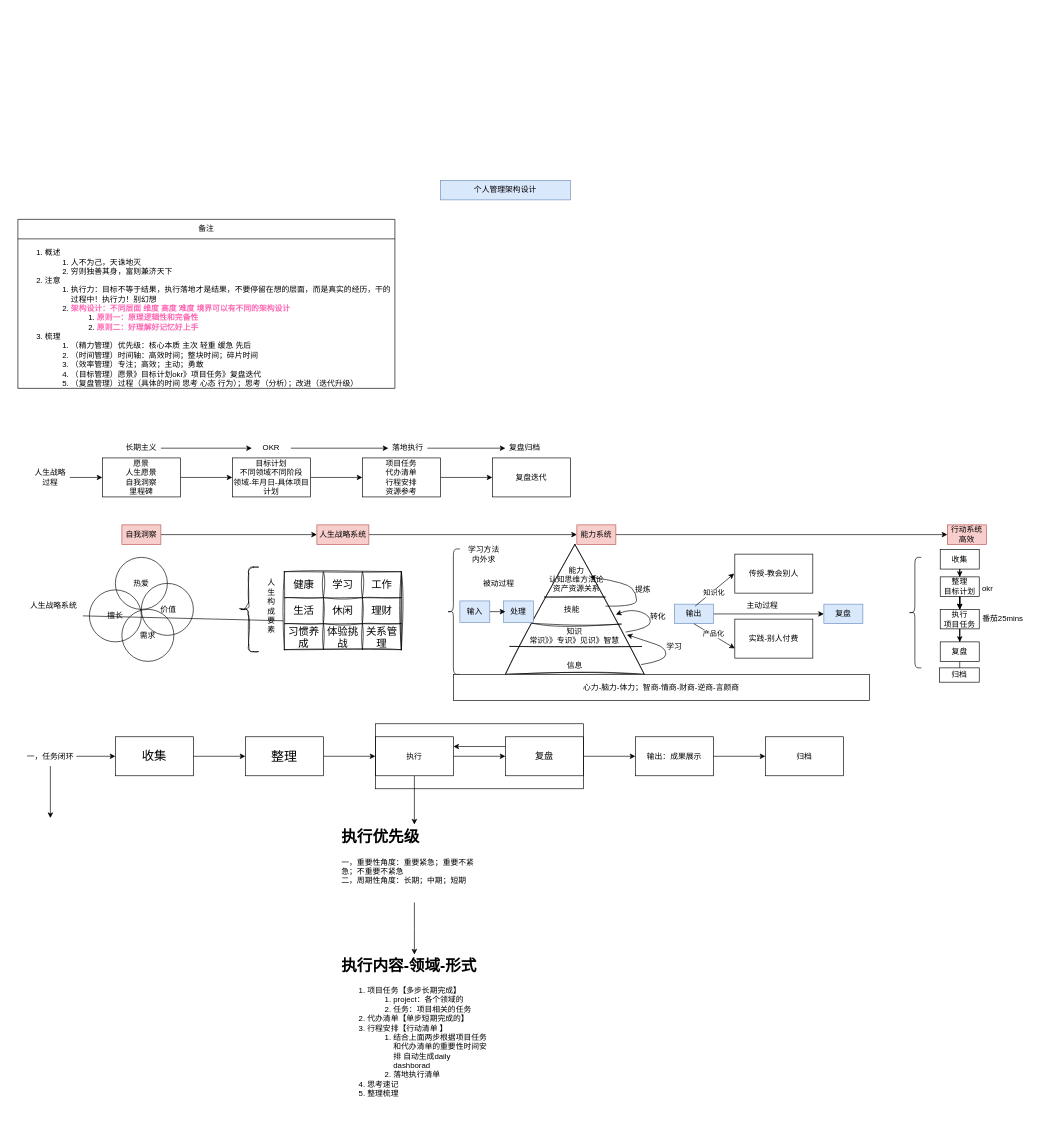
Before: 项目管理.drawio in RenJie666/ssss, a draw.io diagram. Source tidied: cells renumbered, new cells numbered last; positions are measured from the earlier drawing's top-left corner, leaving out a move shared by most shapes. Both pictures are drawn from the tidied source at 65%, with x=0, y=0 at pixel (18, 180).
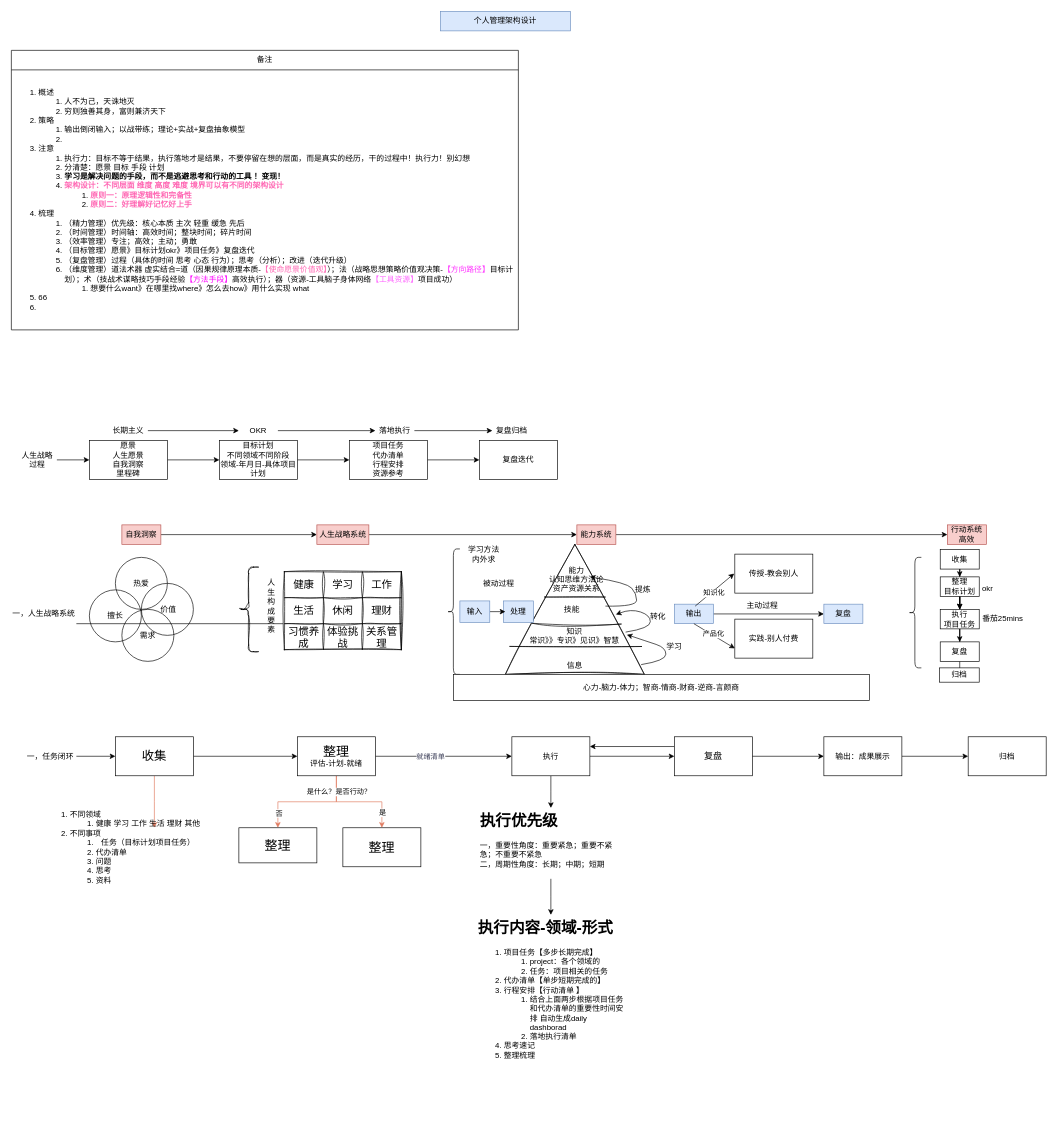
After the change.

Commit message (it also covers changes not shown here):
更新项目管理.drawio

Unchanged cells that the change refers to:
```xml
<mxCell id="5" value="一，任务闭环" style="text;html=1;strokeColor=none;fillColor=none;align=center;verticalAlign=middle;whiteSpace=wrap;rounded=0;" parent="1" vertex="1">
  <mxGeometry x="10" y="871" width="80" height="30" as="geometry" />
</mxCell>
<mxCell id="7" value="&lt;font style=&quot;font-size: 19px;&quot;&gt;收集&lt;/font&gt;" style="whiteSpace=wrap;html=1;" parent="1" vertex="1">
  <mxGeometry x="150" y="856" width="120" height="60" as="geometry" />
</mxCell>
<mxCell id="8" style="edgeStyle=orthogonalEdgeStyle;rounded=0;jettySize=auto;html=1;" parent="1" edge="1" source="9" target="12">
  <mxGeometry relative="1" as="geometry" />
</mxCell>
```

Diff of the diagram source:
```diff
@@
     <mxCell id="2" value="个人管理架构设计" style="text;html=1;strokeColor=#6c8ebf;fillColor=#dae8fc;align=center;verticalAlign=middle;whiteSpace=wrap;rounded=0;" parent="1" vertex="1">
-      <mxGeometry x="650" width="200" height="30" as="geometry" />
+      <mxGeometry x="650" y="-260" width="200" height="30" as="geometry" />
     </mxCell>
@@
-    <mxCell id="4" style="edgeStyle=orthogonalEdgeStyle;rounded=0;jettySize=auto;html=1;" parent="1" edge="1" source="5">
-      <mxGeometry relative="1" as="geometry">
-        <mxPoint x="50" y="981" as="targetPoint" />
-      </mxGeometry>
-    </mxCell>
@@
+    <mxCell id="119" style="edgeStyle=orthogonalEdgeStyle;rounded=0;jettySize=auto;html=1;strokeColor=#E07A5F;fontColor=#393C56;fillColor=#F2CC8F;" parent="1" edge="1" source="7">
+      <mxGeometry relative="1" as="geometry">
+        <mxPoint x="210" y="996" as="targetPoint" />
+      </mxGeometry>
+    </mxCell>
@@
+    <mxCell id="120" value="就绪清单" style="edgeLabel;html=1;align=center;verticalAlign=middle;fontColor=#393C56;" parent="8" vertex="1">
+      <mxGeometry x="-0.2" y="1" relative="1" as="geometry" />
+    </mxCell>
+    <mxCell id="121" style="edgeStyle=orthogonalEdgeStyle;rounded=0;jettySize=auto;html=1;strokeColor=#E07A5F;fontColor=#393C56;fillColor=#F2CC8F;" parent="1" edge="1" source="9" target="126">
+      <mxGeometry relative="1" as="geometry" />
+    </mxCell>
+    <mxCell id="122" value="否" style="edgeLabel;html=1;align=center;verticalAlign=middle;" parent="121" vertex="1">
+      <mxGeometry x="0.73" y="1" relative="1" as="geometry" />
+    </mxCell>
+    <mxCell id="123" style="edgeStyle=orthogonalEdgeStyle;rounded=0;jettySize=auto;html=1;exitX=0.5;exitY=1;exitDx=0;exitDy=0;strokeColor=#E07A5F;fontColor=#393C56;fillColor=#F2CC8F;" parent="1" edge="1" source="9" target="127">
+      <mxGeometry relative="1" as="geometry" />
+    </mxCell>
+    <mxCell id="124" value="是什么？是否行动？" style="edgeLabel;html=1;align=center;verticalAlign=middle;" parent="123" vertex="1">
+      <mxGeometry x="-0.68" y="3" relative="1" as="geometry" />
+    </mxCell>
+    <mxCell id="125" value="是" style="edgeLabel;html=1;align=center;verticalAlign=middle;" parent="123" vertex="1">
+      <mxGeometry x="0.57" y="2" relative="1" as="geometry">
+        <mxPoint x="-2" y="8" as="offset" />
+      </mxGeometry>
+    </mxCell>
-    <mxCell id="9" value="&lt;font style=&quot;font-size: 20px;&quot;&gt;整理&lt;/font&gt;" style="whiteSpace=wrap;html=1;" parent="1" vertex="1">
-      <mxGeometry x="350" y="856" width="120" height="60" as="geometry" />
+    <mxCell id="9" value="&lt;font style=&quot;&quot;&gt;&lt;span style=&quot;font-size: 20px;&quot;&gt;整理&lt;/span&gt;&lt;br&gt;&lt;font style=&quot;font-size: 12px;&quot;&gt;评估-计划-就绪&lt;/font&gt;&lt;br&gt;&lt;/font&gt;" style="whiteSpace=wrap;html=1;" parent="1" vertex="1">
+      <mxGeometry x="430" y="856" width="120" height="60" as="geometry" />
     </mxCell>
@@
     <mxCell id="12" value="执行" style="whiteSpace=wrap;html=1;" parent="1" vertex="1">
-      <mxGeometry x="550" y="856" width="120" height="60" as="geometry" />
+      <mxGeometry x="760" y="856" width="120" height="60" as="geometry" />
     </mxCell>
-    <mxCell id="13" style="edgeStyle=orthogonalEdgeStyle;rounded=0;jettySize=auto;html=1;" parent="1" edge="1" source="15" target="17">
-      <mxGeometry relative="1" as="geometry" />
+    <mxCell id="13" style="edgeStyle=orthogonalEdgeStyle;rounded=0;jettySize=auto;html=1;" parent="1" edge="1" target="17">
+      <mxGeometry relative="1" as="geometry">
+        <mxPoint x="1113" y="900" as="sourcePoint" />
+        <Array as="points">
+          <mxPoint x="1113" y="880" />
+          <mxPoint x="1120" y="880" />
+          <mxPoint x="1120" y="886" />
+        </Array>
+      </mxGeometry>
     </mxCell>
@@
     <mxCell id="15" value="&lt;font style=&quot;font-size: 14px;&quot;&gt;复盘&lt;/font&gt;" style="whiteSpace=wrap;html=1;" parent="1" vertex="1">
-      <mxGeometry x="750" y="856" width="120" height="60" as="geometry" />
+      <mxGeometry x="1010" y="856" width="120" height="60" as="geometry" />
     </mxCell>
@@
     <mxCell id="17" value="输出：成果展示" style="whiteSpace=wrap;html=1;" parent="1" vertex="1">
-      <mxGeometry x="950" y="856" width="120" height="60" as="geometry" />
+      <mxGeometry x="1240" y="856" width="120" height="60" as="geometry" />
     </mxCell>
-    <mxCell id="18" style="edgeStyle=orthogonalEdgeStyle;rounded=0;jettySize=auto;html=1;" parent="1" edge="1" source="19">
-      <mxGeometry relative="1" as="geometry">
-        <mxPoint x="610" y="1191" as="targetPoint" />
-      </mxGeometry>
+    <mxCell id="18" style="edgeStyle=orthogonalEdgeStyle;rounded=0;jettySize=auto;html=1;" parent="1" edge="1" source="19" target="20">
+      <mxGeometry relative="1" as="geometry" />
     </mxCell>
     <mxCell id="19" value="&lt;h1&gt;执行优先级&lt;/h1&gt;&lt;div&gt;一，重要性角度：重要紧急；重要不紧急；不重要不紧急&lt;/div&gt;&lt;div&gt;二，周期性角度：长期；中期；短期&lt;/div&gt;" style="text;html=1;strokeColor=none;fillColor=none;spacing=5;spacingTop=-20;whiteSpace=wrap;overflow=hidden;rounded=0;" parent="1" vertex="1">
-      <mxGeometry x="492.5" y="991" width="235" height="120" as="geometry" />
+      <mxGeometry x="706.2" y="965.5" width="227.5" height="109" as="geometry" />
     </mxCell>
     <mxCell id="20" value="&lt;h1&gt;执行内容-领域-形式&lt;/h1&gt;&lt;div&gt;&lt;ol&gt;&lt;li&gt;项目任务【多步长期完成】&lt;br&gt;&lt;/li&gt;&lt;ol&gt;&lt;li&gt;project：各个领域的&lt;br&gt;&lt;/li&gt;&lt;li&gt;任务：项目相关的任务&lt;/li&gt;&lt;/ol&gt;&lt;li&gt;&lt;span style=&quot;background-color: initial;&quot;&gt;代办清单【单步短期完成的】&lt;/span&gt;&lt;br&gt;&lt;/li&gt;&lt;li&gt;&lt;span style=&quot;background-color: initial;&quot;&gt;行程安排【行动清单 】&lt;/span&gt;&lt;/li&gt;&lt;ol&gt;&lt;li&gt;&lt;span style=&quot;background-color: initial;&quot;&gt;结合上面两步根据项目任务和代办清单的重要性时间安排 自动生成daily dashborad&amp;nbsp;&lt;/span&gt;&lt;/li&gt;&lt;li&gt;落地执行清单&lt;/li&gt;&lt;/ol&gt;&lt;li&gt;思考速记&lt;/li&gt;&lt;li&gt;整理梳理&lt;/li&gt;&lt;/ol&gt;&lt;/div&gt;" style="text;html=1;strokeColor=none;fillColor=none;spacing=5;spacingTop=-20;whiteSpace=wrap;overflow=hidden;rounded=0;" parent="1" vertex="1">
-      <mxGeometry x="492.5" y="1189" width="235" height="240" as="geometry" />
+      <mxGeometry x="702.5" y="1130" width="235" height="240" as="geometry" />
     </mxCell>
@@
-    <mxCell id="22" value="人生战略系统" style="text;html=1;strokeColor=none;fillColor=none;align=center;verticalAlign=middle;whiteSpace=wrap;rounded=0;" parent="1" vertex="1">
-      <mxGeometry x="10" y="640" width="90" height="30" as="geometry" />
+    <mxCell id="22" value="一，人生战略系统" style="text;html=1;strokeColor=none;fillColor=none;align=center;verticalAlign=middle;whiteSpace=wrap;rounded=0;" parent="1" vertex="1">
+      <mxGeometry x="-10" y="652" width="100" height="30" as="geometry" />
     </mxCell>
@@
     <mxCell id="24" value="人生战略过程" style="text;html=1;strokeColor=none;fillColor=none;align=center;verticalAlign=middle;whiteSpace=wrap;rounded=0;" parent="1" vertex="1">
-      <mxGeometry x="20" y="442" width="60" height="30" as="geometry" />
+      <mxGeometry y="415" width="60" height="30" as="geometry" />
     </mxCell>
@@
     <mxCell id="26" value="愿景&lt;br&gt;人生愿景&lt;br&gt;自我洞察&lt;br&gt;里程碑" style="whiteSpace=wrap;html=1;" parent="1" vertex="1">
-      <mxGeometry x="130" y="427" width="120" height="60" as="geometry" />
+      <mxGeometry x="110" y="400" width="120" height="60" as="geometry" />
     </mxCell>
@@
     <mxCell id="28" value="目标计划&lt;br&gt;不同领域不同阶段&lt;br&gt;领域-年月日-具体项目计划" style="whiteSpace=wrap;html=1;" parent="1" vertex="1">
-      <mxGeometry x="330" y="427" width="120" height="60" as="geometry" />
+      <mxGeometry x="310" y="400" width="120" height="60" as="geometry" />
     </mxCell>
@@
     <mxCell id="30" value="项目任务&lt;br&gt;代办清单&lt;br&gt;行程安排&lt;br&gt;资源参考" style="whiteSpace=wrap;html=1;" parent="1" vertex="1">
-      <mxGeometry x="530" y="427" width="120" height="60" as="geometry" />
+      <mxGeometry x="510" y="400" width="120" height="60" as="geometry" />
     </mxCell>
     <mxCell id="31" value="复盘迭代" style="whiteSpace=wrap;html=1;" parent="1" vertex="1">
-      <mxGeometry x="730" y="427" width="120" height="60" as="geometry" />
+      <mxGeometry x="710" y="400" width="120" height="60" as="geometry" />
     </mxCell>
@@
     <mxCell id="33" value="长期主义" style="text;html=1;strokeColor=none;fillColor=none;align=center;verticalAlign=middle;whiteSpace=wrap;rounded=0;" parent="1" vertex="1">
-      <mxGeometry x="160" y="397" width="60" height="30" as="geometry" />
+      <mxGeometry x="140" y="370" width="60" height="30" as="geometry" />
     </mxCell>
@@
     <mxCell id="35" value="OKR" style="text;html=1;strokeColor=none;fillColor=none;align=center;verticalAlign=middle;whiteSpace=wrap;rounded=0;" parent="1" vertex="1">
-      <mxGeometry x="360" y="397" width="60" height="30" as="geometry" />
+      <mxGeometry x="340" y="370" width="60" height="30" as="geometry" />
     </mxCell>
@@
     <mxCell id="37" value="落地执行" style="text;html=1;strokeColor=none;fillColor=none;align=center;verticalAlign=middle;whiteSpace=wrap;rounded=0;" parent="1" vertex="1">
-      <mxGeometry x="570" y="397" width="60" height="30" as="geometry" />
+      <mxGeometry x="550" y="370" width="60" height="30" as="geometry" />
     </mxCell>
     <mxCell id="38" value="复盘归档" style="text;html=1;strokeColor=none;fillColor=none;align=center;verticalAlign=middle;whiteSpace=wrap;rounded=0;" parent="1" vertex="1">
-      <mxGeometry x="750" y="397" width="60" height="30" as="geometry" />
+      <mxGeometry x="730" y="370" width="60" height="30" as="geometry" />
     </mxCell>
-    <mxCell id="39" style="rounded=0;whiteSpace=wrap;html=1;fillColor=none;" parent="1" vertex="1">
-      <mxGeometry x="550" y="836" width="320" height="100" as="geometry" />
-    </mxCell>
     <mxCell id="40" value="归档" style="whiteSpace=wrap;html=1;" parent="1" vertex="1">
-      <mxGeometry x="1150" y="856" width="120" height="60" as="geometry" />
+      <mxGeometry x="1462" y="856" width="120" height="60" as="geometry" />
     </mxCell>
     <mxCell id="41" value="备注" style="swimlane;fontStyle=0;horizontal=1;startSize=30;whiteSpace=wrap;html=1;" parent="1" vertex="1">
-      <mxGeometry y="60" width="580" height="260" as="geometry" />
+      <mxGeometry x="-10" y="-200" width="780" height="430" as="geometry" />
     </mxCell>
-    <mxCell id="42" value="&lt;ol&gt;&lt;li&gt;概述&lt;/li&gt;&lt;ol&gt;&lt;li&gt;人不为己，天诛地灭&lt;/li&gt;&lt;li&gt;穷则独善其身，富则兼济天下&lt;/li&gt;&lt;/ol&gt;&lt;li&gt;注意&lt;/li&gt;&lt;ol&gt;&lt;li&gt;执行力：目标不等于结果，执行落地才是结果，不要停留在想的层面，而是真实的经历，干的过程中！执行力！别幻想&lt;/li&gt;&lt;li&gt;&lt;b&gt;&lt;font color=&quot;#ff66b3&quot;&gt;架构设计：不同层面 维度 高度 难度 境界可以有不同的架构设计&lt;/font&gt;&lt;/b&gt;&lt;/li&gt;&lt;ol&gt;&lt;li&gt;&lt;b&gt;&lt;font color=&quot;#ff66b3&quot;&gt;原则一：原理逻辑性和完备性&lt;/font&gt;&lt;/b&gt;&lt;/li&gt;&lt;li&gt;&lt;b&gt;&lt;font color=&quot;#ff66b3&quot;&gt;原则二：好理解好记忆好上手&lt;/font&gt;&lt;/b&gt;&lt;/li&gt;&lt;/ol&gt;&lt;/ol&gt;&lt;li&gt;梳理&lt;/li&gt;&lt;ol&gt;&lt;li&gt;（精力管理）优先级：核心本质 主次 轻重 缓急 先后&lt;/li&gt;&lt;li&gt;（时间管理）时间轴：高效时间；整块时间；碎片时间&lt;/li&gt;&lt;li&gt;（效率管理）专注；高效；主动；勇敢&lt;/li&gt;&lt;li&gt;（目标管理）愿景》目标计划okr》项目任务》复盘迭代&lt;/li&gt;&lt;li&gt;（复盘管理）过程（具体的时间 思考 心态 行为）；思考（分析）；改进（迭代升级）&lt;/li&gt;&lt;/ol&gt;&lt;/ol&gt;" style="text;strokeColor=none;fillColor=none;html=1;whiteSpace=wrap;verticalAlign=middle;overflow=hidden;" parent="41" vertex="1">
-      <mxGeometry y="30" width="580" height="230" as="geometry" />
+    <mxCell id="42" value="&lt;ol&gt;&lt;li&gt;概述&lt;/li&gt;&lt;ol&gt;&lt;li&gt;人不为己，天诛地灭&lt;/li&gt;&lt;li&gt;穷则独善其身，富则兼济天下&lt;/li&gt;&lt;/ol&gt;&lt;li&gt;策略&lt;/li&gt;&lt;ol&gt;&lt;li&gt;输出倒闭输入；以战带练；理论+实战+复盘抽象模型&lt;/li&gt;&lt;li&gt;&lt;br&gt;&lt;/li&gt;&lt;/ol&gt;&lt;li&gt;注意&lt;/li&gt;&lt;ol&gt;&lt;li&gt;执行力：目标不等于结果，执行落地才是结果，不要停留在想的层面，而是真实的经历，干的过程中！执行力！别幻想&lt;/li&gt;&lt;li&gt;分清楚：愿景 目标 手段 计划&lt;/li&gt;&lt;li&gt;&lt;b&gt;学习是解决问题的手段，而不是逃避思考和行动的工具 ！变现！&lt;/b&gt;&lt;/li&gt;&lt;li&gt;&lt;b&gt;&lt;font color=&quot;#ff66b3&quot;&gt;架构设计：不同层面 维度 高度 难度 境界可以有不同的架构设计&lt;/font&gt;&lt;/b&gt;&lt;/li&gt;&lt;ol&gt;&lt;li&gt;&lt;b&gt;&lt;font color=&quot;#ff66b3&quot;&gt;原则一：原理逻辑性和完备性&lt;/font&gt;&lt;/b&gt;&lt;/li&gt;&lt;li&gt;&lt;b&gt;&lt;font color=&quot;#ff66b3&quot;&gt;原则二：好理解好记忆好上手&lt;/font&gt;&lt;/b&gt;&lt;/li&gt;&lt;/ol&gt;&lt;/ol&gt;&lt;li&gt;梳理&lt;/li&gt;&lt;ol&gt;&lt;li&gt;（精力管理）优先级：核心本质 主次 轻重 缓急 先后&lt;/li&gt;&lt;li&gt;（时间管理）时间轴：高效时间；整块时间；碎片时间&lt;/li&gt;&lt;li&gt;（效率管理）专注；高效；主动；勇敢&lt;/li&gt;&lt;li&gt;（目标管理）愿景》目标计划okr》项目任务》复盘迭代&lt;/li&gt;&lt;li&gt;（复盘管理）过程（具体的时间 思考 心态 行为）；思考（分析）；改进（迭代升级）&lt;/li&gt;&lt;li&gt;（维度管理）道法术器 虚实结合=道（因果规律原理本质-&lt;font color=&quot;#ff66b3&quot;&gt;【使命愿景价值观】&lt;/font&gt;）；法（战略思想策略价值观决策-&lt;font color=&quot;#ff33ff&quot;&gt;【方向路径】&lt;/font&gt;目标计划）；术（技战术谋略技巧手段经验&lt;font color=&quot;#ff00ff&quot;&gt;【方法手段】&lt;/font&gt;高效执行）；器（资源-工具脑子身体网络&lt;font color=&quot;#ff66ff&quot;&gt;【工具资源】&lt;/font&gt;项目成功）&lt;/li&gt;&lt;ol&gt;&lt;li&gt;想要什么want》在哪里找where》怎么去how》用什么实现 what&lt;/li&gt;&lt;/ol&gt;&lt;/ol&gt;&lt;li&gt;66&lt;/li&gt;&lt;li&gt;&lt;br&gt;&lt;/li&gt;&lt;/ol&gt;" style="text;strokeColor=none;fillColor=none;html=1;whiteSpace=wrap;verticalAlign=middle;overflow=hidden;" parent="41" vertex="1">
+      <mxGeometry y="30" width="780" height="400" as="geometry" />
     </mxCell>
@@
+    <mxCell id="126" value="&lt;font style=&quot;font-size: 20px;&quot;&gt;整理&lt;/font&gt;" style="whiteSpace=wrap;html=1;" parent="1" vertex="1">
+      <mxGeometry x="340" y="996" width="120" height="54" as="geometry" />
+    </mxCell>
+    <mxCell id="127" value="&lt;font style=&quot;font-size: 20px;&quot;&gt;整理&lt;/font&gt;" style="whiteSpace=wrap;html=1;" parent="1" vertex="1">
+      <mxGeometry x="500" y="996" width="120" height="60" as="geometry" />
+    </mxCell>
+    <mxCell id="128" value="&lt;ol&gt;&lt;li style=&quot;text-align: left;&quot;&gt;不同领域&lt;/li&gt;&lt;ol&gt;&lt;li style=&quot;text-align: left;&quot;&gt;健康 学习 工作 生活 理财 其他&lt;/li&gt;&lt;/ol&gt;&lt;li style=&quot;text-align: left;&quot;&gt;不同事项&lt;/li&gt;&lt;ol&gt;&lt;li&gt;任务（目标计划项目任务）&lt;/li&gt;&lt;li style=&quot;text-align: left;&quot;&gt;代办清单&lt;/li&gt;&lt;li style=&quot;text-align: left;&quot;&gt;问题&lt;/li&gt;&lt;li style=&quot;text-align: left;&quot;&gt;思考&lt;/li&gt;&lt;li style=&quot;text-align: left;&quot;&gt;资料&lt;/li&gt;&lt;/ol&gt;&lt;/ol&gt;" style="text;html=1;align=center;verticalAlign=middle;strokeColor=none;fillColor=none;" parent="1" vertex="1">
+      <mxGeometry x="30" y="951" width="260" height="150" as="geometry" />
+    </mxCell>
```
